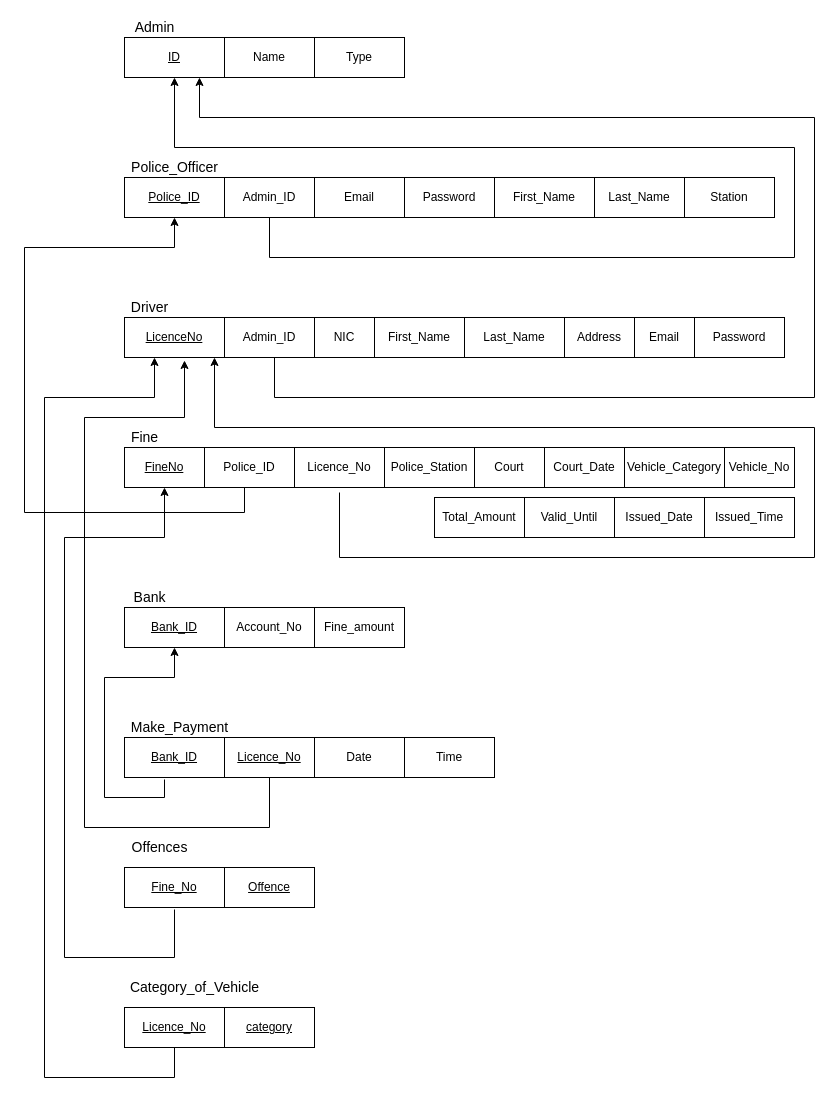
IROdEvO/PoliceReportingSystemDistributed keeps this draw.io diagram as diagrams/Relational Mapping.drawio. Above is the earlier version. Source tidied: cells renumbered, new cells numbered last; positions are measured from the earlier drawing's top-left corner, leaving out a move shared by most shapes. Both pictures are drawn from the tidied source at 100%, with x=0, y=0 at pixel (24, 17).
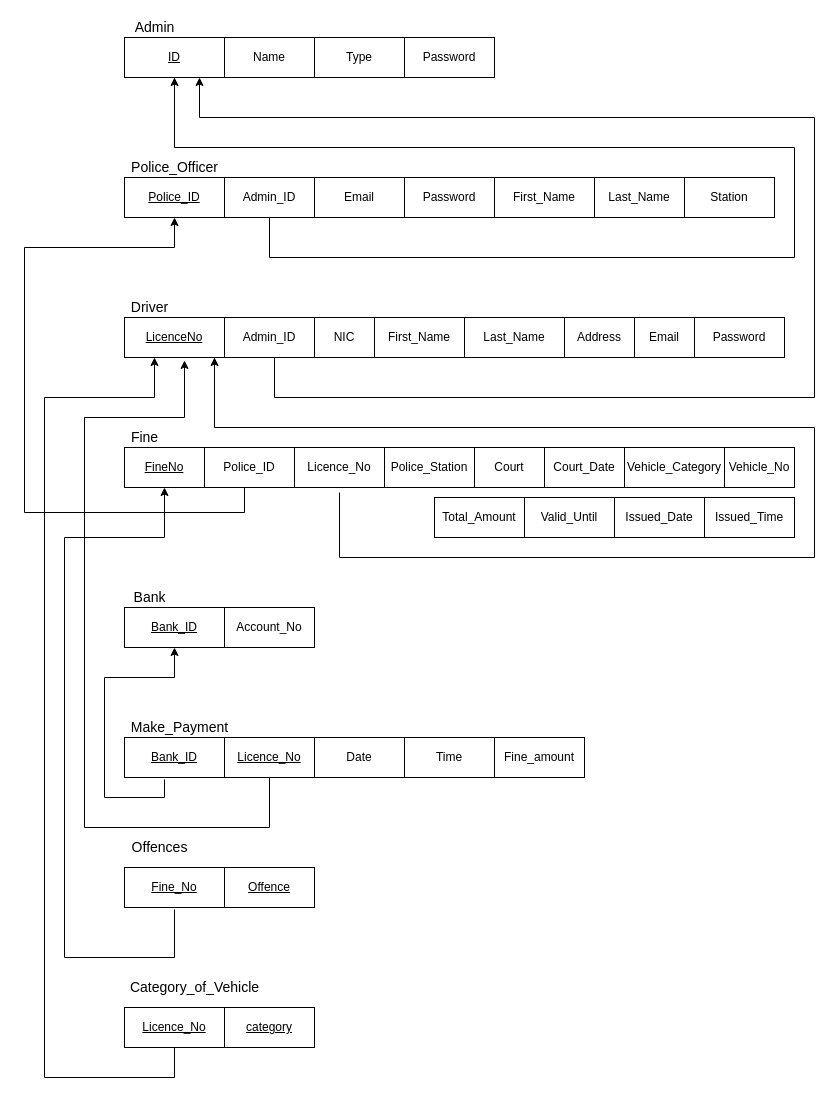
After the change.

What changed in the source:
```diff
@@
     <mxCell id="41" value="Fine_amount" style="rounded=0;whiteSpace=wrap;html=1;" parent="1" vertex="1">
-      <mxGeometry x="290" y="590" width="90" height="40" as="geometry" />
+      <mxGeometry x="470" y="720" width="90" height="40" as="geometry" />
     </mxCell>
@@
+    <mxCell id="59" value="Password" style="rounded=0;whiteSpace=wrap;html=1;" parent="1" vertex="1">
+      <mxGeometry x="380" y="20" width="90" height="40" as="geometry" />
+    </mxCell>
```
